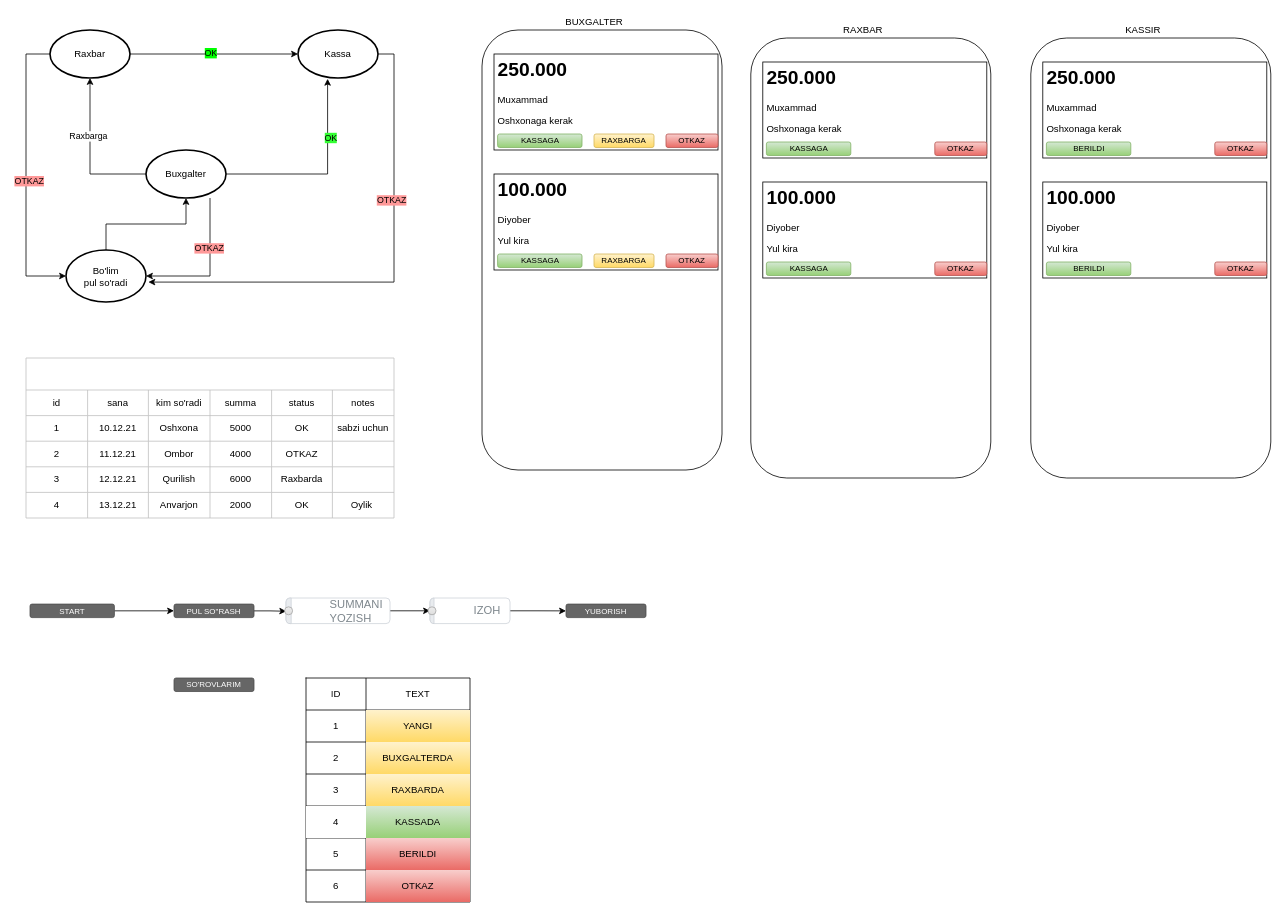
Above: Диаграмма без названия.drawio in mrmelhay/Diagrams (draw.io), before the change. Source tidied: cells renumbered, new cells numbered last; positions are measured from the earlier drawing's top-left corner, leaving out a move shared by most shapes. Both pictures are drawn from the tidied source at 80%, with x=0, y=0 at pixel (26, 14).
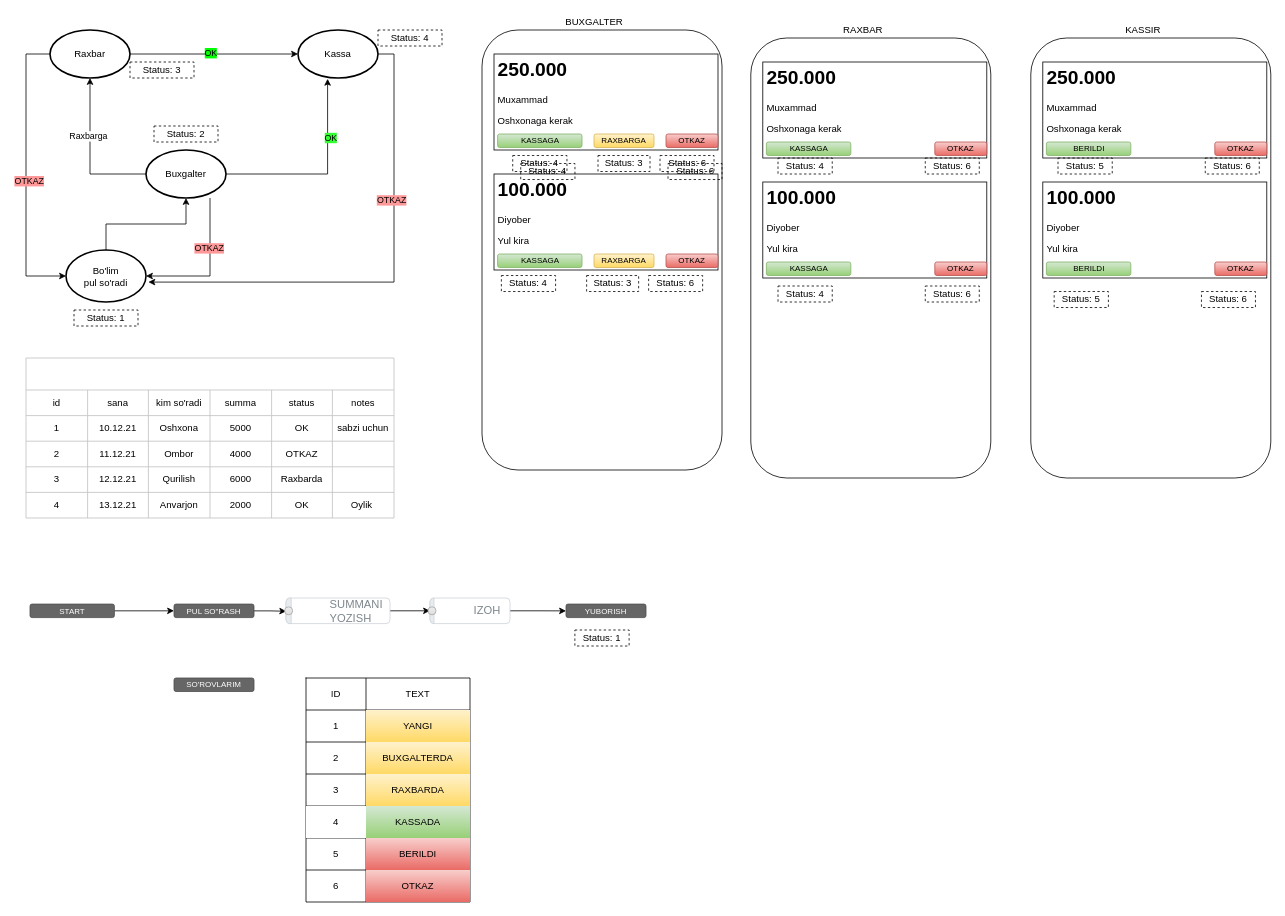
The same page after the edit.

Change to the diagram source:
```diff
@@
+    <mxCell id="117" value="Status: 1" style="text;html=1;fillColor=none;align=center;verticalAlign=middle;whiteSpace=wrap;overflow=hidden;dashed=1;strokeColor=#000000;" parent="1" vertex="1">
+      <mxGeometry x="60" y="370" width="80" height="20" as="geometry" />
+    </mxCell>
+    <mxCell id="118" value="Status: 2" style="text;html=1;fillColor=none;align=center;verticalAlign=middle;whiteSpace=wrap;overflow=hidden;dashed=1;strokeColor=#000000;" parent="1" vertex="1">
+      <mxGeometry x="160" y="140" width="80" height="20" as="geometry" />
+    </mxCell>
+    <mxCell id="119" value="Status: 3" style="text;html=1;fillColor=none;align=center;verticalAlign=middle;whiteSpace=wrap;overflow=hidden;dashed=1;strokeColor=#000000;" parent="1" vertex="1">
+      <mxGeometry x="130" y="60" width="80" height="20" as="geometry" />
+    </mxCell>
+    <mxCell id="120" value="Status: 4" style="text;html=1;fillColor=none;align=center;verticalAlign=middle;whiteSpace=wrap;overflow=hidden;dashed=1;strokeColor=#000000;" parent="1" vertex="1">
+      <mxGeometry x="440" y="20" width="80" height="20" as="geometry" />
+    </mxCell>
+    <mxCell id="121" value="Status: 4" style="text;html=1;fillColor=none;align=center;verticalAlign=middle;whiteSpace=wrap;overflow=hidden;dashed=1;strokeColor=#000000;" parent="1" vertex="1">
+      <mxGeometry x="608.4" y="176.9" width="67.8" height="20" as="geometry" />
+    </mxCell>
+    <mxCell id="122" value="Status: 3" style="text;html=1;fillColor=none;align=center;verticalAlign=middle;whiteSpace=wrap;overflow=hidden;dashed=1;strokeColor=#000000;" parent="1" vertex="1">
+      <mxGeometry x="715" y="176.9" width="65" height="20" as="geometry" />
+    </mxCell>
+    <mxCell id="123" value="Status: 6" style="text;html=1;fillColor=none;align=center;verticalAlign=middle;whiteSpace=wrap;overflow=hidden;dashed=1;strokeColor=#000000;" parent="1" vertex="1">
+      <mxGeometry x="792.5" y="176.9" width="67.5" height="20" as="geometry" />
+    </mxCell>
+    <mxCell id="124" value="Status: 4" style="text;html=1;fillColor=none;align=center;verticalAlign=middle;whiteSpace=wrap;overflow=hidden;dashed=1;strokeColor=#000000;" parent="1" vertex="1">
+      <mxGeometry x="594.2" y="326.9" width="67.8" height="20" as="geometry" />
+    </mxCell>
+    <mxCell id="125" value="Status: 3" style="text;html=1;fillColor=none;align=center;verticalAlign=middle;whiteSpace=wrap;overflow=hidden;dashed=1;strokeColor=#000000;" parent="1" vertex="1">
+      <mxGeometry x="700.8" y="326.9" width="65" height="20" as="geometry" />
+    </mxCell>
+    <mxCell id="126" value="Status: 6" style="text;html=1;fillColor=none;align=center;verticalAlign=middle;whiteSpace=wrap;overflow=hidden;dashed=1;strokeColor=#000000;" parent="1" vertex="1">
+      <mxGeometry x="778.3" y="326.9" width="67.5" height="20" as="geometry" />
+    </mxCell>
+    <mxCell id="127" value="Status: 4" style="text;html=1;fillColor=none;align=center;verticalAlign=middle;whiteSpace=wrap;overflow=hidden;dashed=1;strokeColor=#000000;" parent="1" vertex="1">
+      <mxGeometry x="618.4" y="186.9" width="67.8" height="20" as="geometry" />
+    </mxCell>
+    <mxCell id="128" value="Status: 6" style="text;html=1;fillColor=none;align=center;verticalAlign=middle;whiteSpace=wrap;overflow=hidden;dashed=1;strokeColor=#000000;" parent="1" vertex="1">
+      <mxGeometry x="802.5" y="186.9" width="67.5" height="20" as="geometry" />
+    </mxCell>
+    <mxCell id="129" value="Status: 4" style="text;html=1;fillColor=none;align=center;verticalAlign=middle;whiteSpace=wrap;overflow=hidden;dashed=1;strokeColor=#000000;" parent="1" vertex="1">
+      <mxGeometry x="940" y="180" width="67.8" height="20" as="geometry" />
+    </mxCell>
+    <mxCell id="130" value="Status: 6" style="text;html=1;fillColor=none;align=center;verticalAlign=middle;whiteSpace=wrap;overflow=hidden;dashed=1;strokeColor=#000000;" parent="1" vertex="1">
+      <mxGeometry x="1124.1" y="180" width="67.5" height="20" as="geometry" />
+    </mxCell>
+    <mxCell id="131" value="Status: 4" style="text;html=1;fillColor=none;align=center;verticalAlign=middle;whiteSpace=wrap;overflow=hidden;dashed=1;strokeColor=#000000;" parent="1" vertex="1">
+      <mxGeometry x="940" y="340" width="67.8" height="20" as="geometry" />
+    </mxCell>
+    <mxCell id="132" value="Status: 6" style="text;html=1;fillColor=none;align=center;verticalAlign=middle;whiteSpace=wrap;overflow=hidden;dashed=1;strokeColor=#000000;" parent="1" vertex="1">
+      <mxGeometry x="1124.1" y="340" width="67.5" height="20" as="geometry" />
+    </mxCell>
+    <mxCell id="133" value="Status: 5" style="text;html=1;fillColor=none;align=center;verticalAlign=middle;whiteSpace=wrap;overflow=hidden;dashed=1;strokeColor=#000000;" parent="1" vertex="1">
+      <mxGeometry x="1290" y="180" width="67.8" height="20" as="geometry" />
+    </mxCell>
+    <mxCell id="134" value="Status: 6" style="text;html=1;fillColor=none;align=center;verticalAlign=middle;whiteSpace=wrap;overflow=hidden;dashed=1;strokeColor=#000000;" parent="1" vertex="1">
+      <mxGeometry x="1474.1" y="180" width="67.5" height="20" as="geometry" />
+    </mxCell>
+    <mxCell id="135" value="Status: 5" style="text;html=1;fillColor=none;align=center;verticalAlign=middle;whiteSpace=wrap;overflow=hidden;dashed=1;strokeColor=#000000;" parent="1" vertex="1">
+      <mxGeometry x="1285.2" y="346.9" width="67.8" height="20" as="geometry" />
+    </mxCell>
+    <mxCell id="136" value="Status: 6" style="text;html=1;fillColor=none;align=center;verticalAlign=middle;whiteSpace=wrap;overflow=hidden;dashed=1;strokeColor=#000000;" parent="1" vertex="1">
+      <mxGeometry x="1469.3" y="346.9" width="67.5" height="20" as="geometry" />
+    </mxCell>
+    <mxCell id="137" value="Status: 1" style="text;html=1;fillColor=none;align=center;verticalAlign=middle;whiteSpace=wrap;overflow=hidden;dashed=1;strokeColor=#000000;" parent="1" vertex="1">
+      <mxGeometry x="686.1" y="770" width="67.8" height="20" as="geometry" />
+    </mxCell>
```
